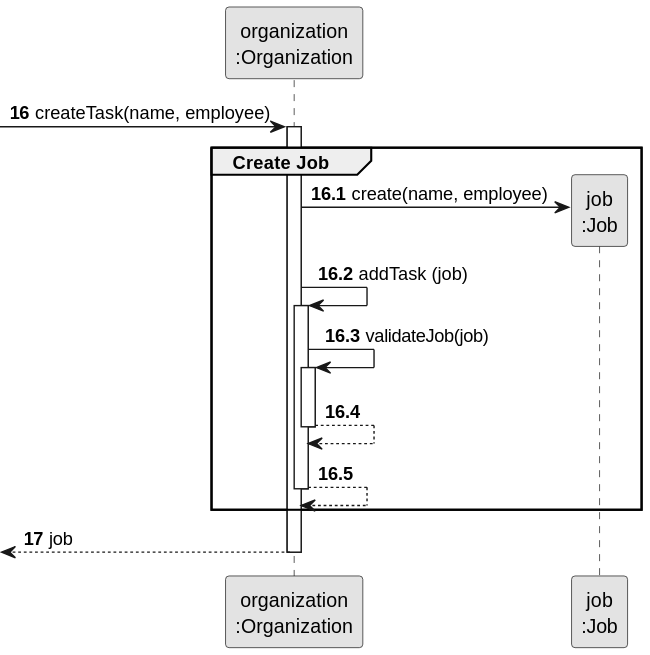
Before: docs/sprint2/us002/03.design/svg/us002-sequence-diagram-partial-create-job.svg, a diagram exported from PlantUML (tiagosoa/lei-24-s2-1dgh-g073). Source of this version:
```plantuml
@startuml
skinparam monochrome true
skinparam packageStyle rectangle
skinparam shadowing false

participant "organization\n:Organization" as ORG
participant "job\n:Job" as TAREFA

autonumber 16
-> ORG: createTask(name, employee)

autonumber 16.1
activate ORG
    group Create Job

        ORG -> TAREFA**: create(name, employee)
        ORG -> ORG: addTask (job)

        activate ORG
            ORG -> ORG: validateJob(job)
            activate ORG
                ORG --> ORG
            deactivate ORG

            ORG --> ORG
        deactivate ORG
    end

    autonumber 17
    <-- ORG : job
deactivate ORG
@enduml
```
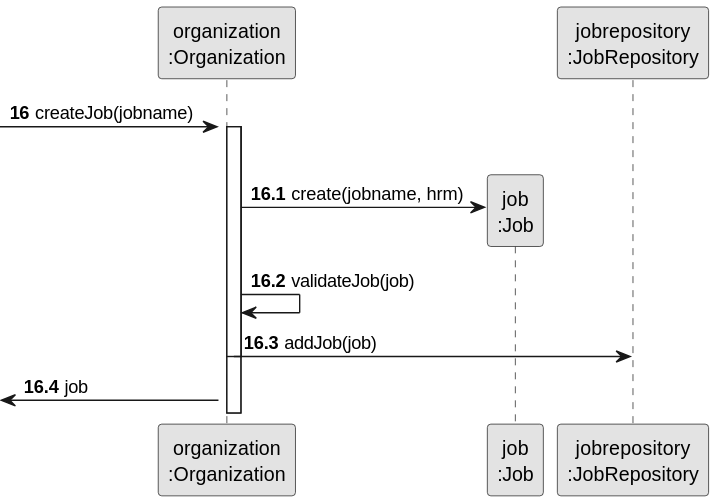
After the commit.

The edit, as a diff of the source:
```diff
@@ -5,28 +5,23 @@
 
 participant "organization\n:Organization" as ORG
 participant "job\n:Job" as TAREFA
+participant "jobrepository\n:JobRepository" as JR
 
 autonumber 16
--> ORG: createTask(name, employee)
+-> ORG: createJob(jobname)
 
 autonumber 16.1
 activate ORG
     group Create Job
 
-        ORG -> TAREFA**: create(name, employee)
-        ORG -> ORG: addTask (job)
 
         activate ORG
-            ORG -> ORG: validateJob(job)
-            activate ORG
-                ORG --> ORG
-            deactivate ORG
 
-            ORG --> ORG
+                        ORG -> TAREFA**: create(jobname, hrm)
+                        ORG -> ORG: validateJob(job)
+                        ORG -> JR: addJob(job)
+
         deactivate ORG
-    end
 
-    autonumber 17
-    <-- ORG : job
-deactivate ORG
+ <-ORG: job
 @enduml
```
